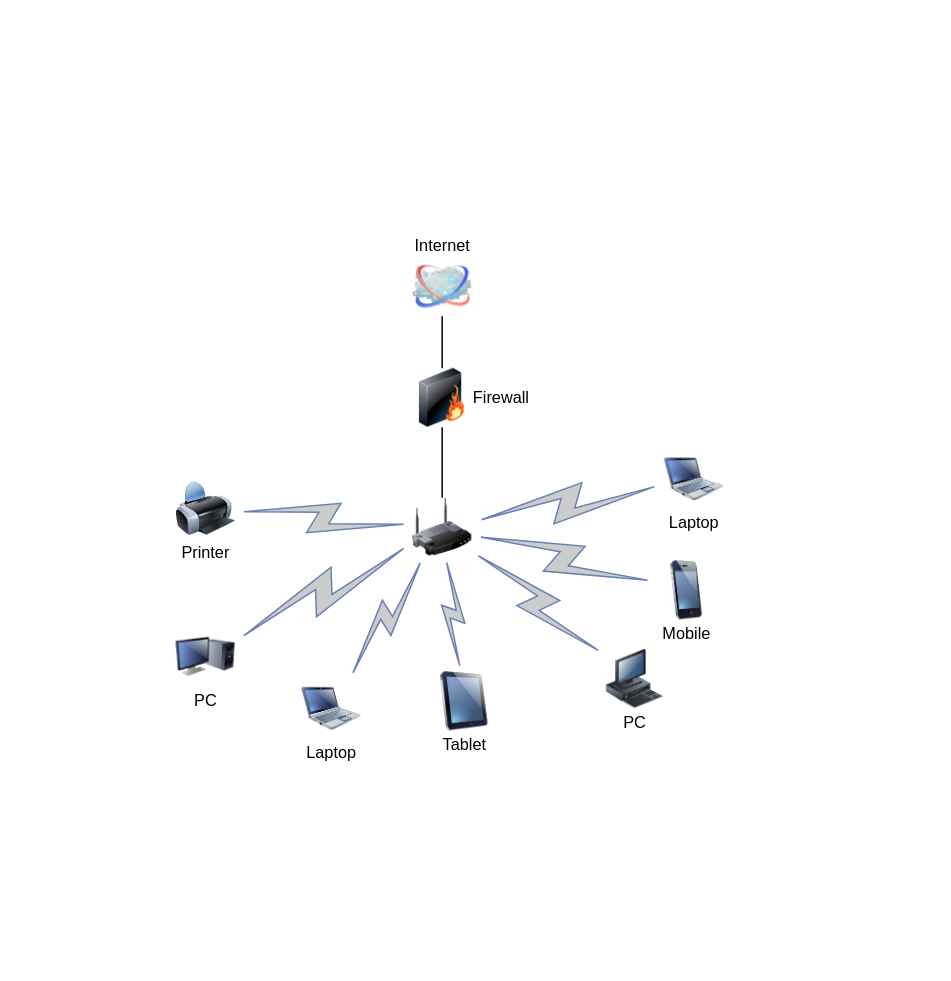
The draw.io diagram SRMS基础设施架构.drawio in newjacket/-, before the edit. Source tidied: cells renumbered, new cells numbered last; positions are measured from the earlier drawing's top-left corner, leaving out a move shared by most shapes. Both pictures are drawn from the tidied source at 74%, with x=0, y=0 at pixel (175, 257).
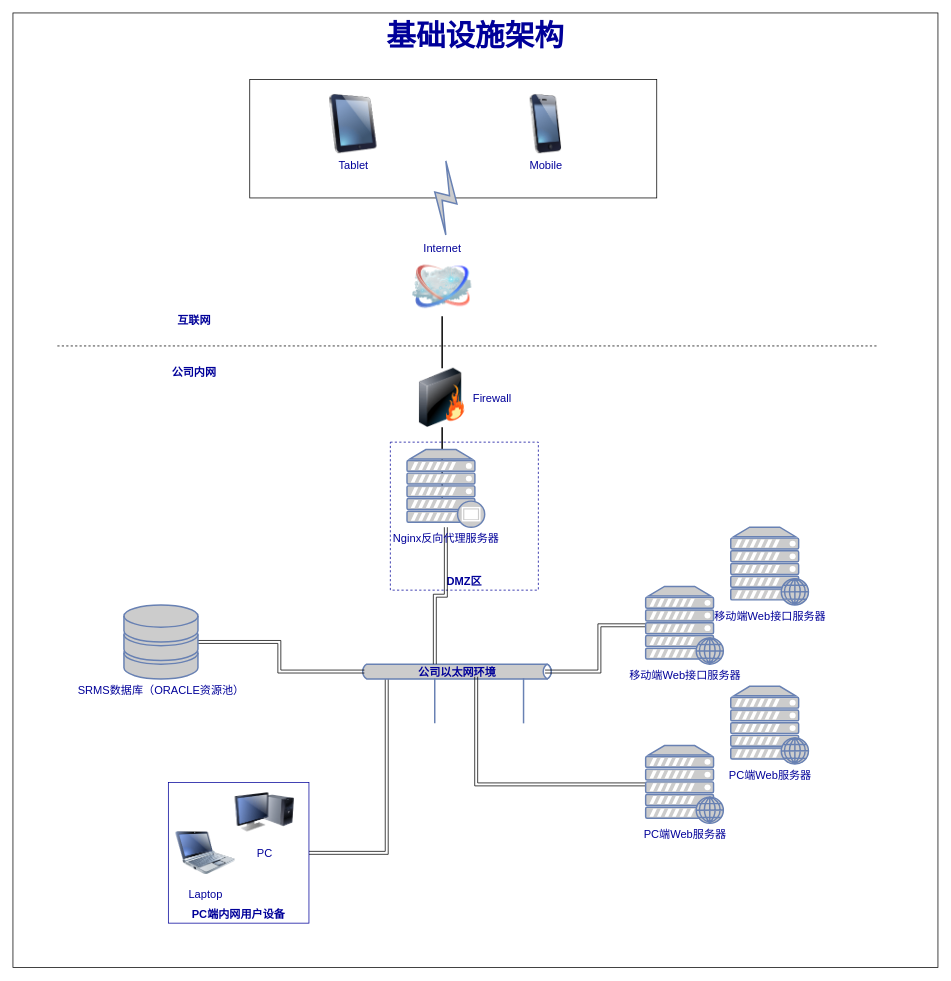
The same diagram, later.

Commit message:
更新SRMS基础设施架构.drawio

Change to the diagram source:
```diff
@@
+    <mxCell id="21" value="基础设施架构" style="rounded=0;whiteSpace=wrap;html=1;fontSize=40;verticalAlign=top;fontColor=#000099;fontStyle=1;" parent="1" vertex="1">
+      <mxGeometry x="-220" y="-330" width="1250" height="1290" as="geometry" />
+    </mxCell>
+    <mxCell id="22" style="edgeStyle=orthogonalEdgeStyle;rounded=0;jettySize=auto;html=1;shape=link;entryX=0.135;entryY=0.85;entryDx=0;entryDy=0;entryPerimeter=0;fontColor=#000099;fontSize=15;" parent="1" edge="1" source="23" target="31">
+      <mxGeometry relative="1" as="geometry" />
+    </mxCell>
+    <mxCell id="23" value="PC端内网用户设备" style="whiteSpace=wrap;html=1;strokeColor=#000099;verticalAlign=bottom;fontStyle=1;fontColor=#000099;fontSize=15;" parent="1" vertex="1">
+      <mxGeometry x="-10" y="710" width="190" height="190" as="geometry" />
+    </mxCell>
+    <mxCell id="24" value="DMZ区" style="whiteSpace=wrap;html=1;dashed=1;strokeColor=#000099;verticalAlign=bottom;fontStyle=1;fontColor=#000099;fontSize=15;" parent="1" vertex="1">
+      <mxGeometry x="290" y="250" width="200" height="200" as="geometry" />
+    </mxCell>
+    <mxCell id="25" style="rounded=0;whiteSpace=wrap;html=1;fontColor=#000099;fontSize=15;" parent="1" vertex="1">
+      <mxGeometry x="100" y="-240" width="550" height="160" as="geometry" />
+    </mxCell>
-    <mxCell id="2" style="edgeStyle=none;rounded=0;html=1;labelBackgroundColor=none;endArrow=none;strokeWidth=2;fontFamily=Verdana;fontSize=22;" parent="1" edge="1" source="3" target="6">
-      <mxGeometry relative="1" as="geometry" />
+    <mxCell id="2" style="edgeStyle=none;rounded=0;html=1;labelBackgroundColor=none;endArrow=none;strokeWidth=2;fontFamily=Verdana;fontSize=15;fontColor=#000099;" parent="1" edge="1" target="6">
+      <mxGeometry relative="1" as="geometry">
+        <mxPoint x="360" y="325" as="sourcePoint" />
+      </mxGeometry>
     </mxCell>
-    <mxCell id="3" style="image;html=1;labelBackgroundColor=#ffffff;image=img/lib/clip_art/networking/Wireless_Router_128x128.png;rounded=1;shadow=0;comic=0;strokeWidth=2;fontSize=22;" parent="1" vertex="1">
-      <mxGeometry x="320" y="325" width="80" height="80" as="geometry" />
-    </mxCell>
-    <mxCell id="4" value="Internet" style="image;html=1;labelBackgroundColor=#ffffff;image=img/lib/clip_art/networking/Cloud_128x128.png;rounded=1;shadow=0;comic=0;strokeWidth=2;fontSize=22;labelPosition=center;verticalLabelPosition=top;align=center;verticalAlign=bottom;" parent="1" vertex="1">
+    <mxCell id="4" value="Internet" style="image;html=1;labelBackgroundColor=#ffffff;image=img/lib/clip_art/networking/Cloud_128x128.png;rounded=1;shadow=0;comic=0;strokeWidth=2;fontSize=15;labelPosition=center;verticalLabelPosition=top;align=center;verticalAlign=bottom;fontColor=#000099;" parent="1" vertex="1">
       <mxGeometry x="320" width="80" height="80" as="geometry" />
     </mxCell>
-    <mxCell id="5" style="edgeStyle=none;rounded=0;html=1;labelBackgroundColor=none;endArrow=none;strokeWidth=2;fontFamily=Verdana;fontSize=22;" parent="1" edge="1" source="6" target="4">
+    <mxCell id="5" style="edgeStyle=none;rounded=0;html=1;labelBackgroundColor=none;endArrow=none;strokeWidth=2;fontFamily=Verdana;fontSize=15;fontColor=#000099;" parent="1" edge="1" source="6" target="4">
       <mxGeometry relative="1" as="geometry" />
     </mxCell>
-    <mxCell id="6" value="Firewall" style="image;html=1;labelBackgroundColor=#ffffff;image=img/lib/clip_art/networking/Firewall_128x128.png;rounded=1;shadow=0;comic=0;strokeWidth=2;fontSize=22;labelPosition=right;verticalLabelPosition=middle;align=left;verticalAlign=middle;" parent="1" vertex="1">
+    <mxCell id="6" value="Firewall" style="image;html=1;labelBackgroundColor=#ffffff;image=img/lib/clip_art/networking/Firewall_128x128.png;rounded=1;shadow=0;comic=0;strokeWidth=2;fontSize=15;labelPosition=right;verticalLabelPosition=middle;align=left;verticalAlign=middle;fontColor=#000099;" parent="1" vertex="1">
       <mxGeometry x="320" y="150" width="80" height="80" as="geometry" />
     </mxCell>
-    <mxCell id="7" value="Tablet" style="image;html=1;labelBackgroundColor=#ffffff;image=img/lib/clip_art/computers/iPad_128x128.png;rounded=1;shadow=0;comic=0;strokeWidth=2;fontSize=22;" parent="1" vertex="1">
-      <mxGeometry x="350" y="560" width="80" height="80" as="geometry" />
+    <mxCell id="7" value="Tablet" style="image;html=1;labelBackgroundColor=#ffffff;image=img/lib/clip_art/computers/iPad_128x128.png;rounded=1;shadow=0;comic=0;strokeWidth=2;fontSize=15;fontColor=#000099;" parent="1" vertex="1">
+      <mxGeometry x="200" y="-220" width="80" height="80" as="geometry" />
     </mxCell>
-    <mxCell id="8" value="PC" style="image;html=1;labelBackgroundColor=#ffffff;image=img/lib/clip_art/computers/Monitor_Tower_128x128.png;rounded=1;shadow=0;comic=0;strokeWidth=2;fontSize=22;" parent="1" vertex="1">
-      <mxGeometry y="500" width="80" height="80" as="geometry" />
+    <mxCell id="8" value="PC" style="image;html=1;labelBackgroundColor=#ffffff;image=img/lib/clip_art/computers/Monitor_Tower_128x128.png;rounded=1;shadow=0;comic=0;strokeWidth=2;fontSize=15;fontColor=#000099;" parent="1" vertex="1">
+      <mxGeometry x="80" y="710" width="80" height="80" as="geometry" />
     </mxCell>
-    <mxCell id="9" value="Printer" style="image;html=1;labelBackgroundColor=#ffffff;image=img/lib/clip_art/computers/Printer_128x128.png;rounded=1;shadow=0;comic=0;strokeWidth=2;fontSize=22;" parent="1" vertex="1">
-      <mxGeometry y="300" width="80" height="80" as="geometry" />
-    </mxCell>
-    <mxCell id="10" value="PC" style="image;html=1;labelBackgroundColor=#ffffff;image=img/lib/clip_art/computers/Workstation_128x128.png;rounded=1;shadow=0;comic=0;strokeWidth=2;fontSize=22;" parent="1" vertex="1">
-      <mxGeometry x="580" y="530" width="80" height="80" as="geometry" />
-    </mxCell>
-    <mxCell id="11" value="Mobile" style="image;html=1;labelBackgroundColor=#ffffff;image=img/lib/clip_art/telecommunication/iPhone_128x128.png;rounded=1;shadow=0;comic=0;strokeWidth=2;fontSize=22;" parent="1" vertex="1">
-      <mxGeometry x="650" y="410" width="80" height="80" as="geometry" />
+    <mxCell id="11" value="Mobile" style="image;html=1;labelBackgroundColor=#ffffff;image=img/lib/clip_art/telecommunication/iPhone_128x128.png;rounded=1;shadow=0;comic=0;strokeWidth=2;fontSize=15;fontColor=#000099;" parent="1" vertex="1">
+      <mxGeometry x="460" y="-220" width="80" height="80" as="geometry" />
     </mxCell>
-    <mxCell id="12" value="Laptop" style="image;html=1;labelBackgroundColor=#ffffff;image=img/lib/clip_art/computers/Netbook_128x128.png;rounded=1;shadow=0;comic=0;strokeColor=#000000;strokeWidth=2;fillColor=#FFFFFF;fontSize=22;fontColor=#000000;" parent="1" vertex="1">
-      <mxGeometry x="660" y="260" width="80" height="80" as="geometry" />
-    </mxCell>
-    <mxCell id="13" value="Laptop" style="image;html=1;labelBackgroundColor=#ffffff;image=img/lib/clip_art/computers/Netbook_128x128.png;rounded=1;shadow=0;comic=0;strokeWidth=2;fontSize=22;" parent="1" vertex="1">
-      <mxGeometry x="170" y="570" width="80" height="80" as="geometry" />
+    <mxCell id="13" value="Laptop" style="image;html=1;labelBackgroundColor=#ffffff;image=img/lib/clip_art/computers/Netbook_128x128.png;rounded=1;shadow=0;comic=0;strokeWidth=2;fontSize=15;fontColor=#000099;" parent="1" vertex="1">
+      <mxGeometry y="765" width="80" height="80" as="geometry" />
     </mxCell>
-    <mxCell id="14" style="html=1;fillColor=#CCCCCC;strokeColor=#6881B3;gradientColor=none;gradientDirection=north;strokeWidth=2;shape=mxgraph.networks.comm_link_edge;html=1;labelBackgroundColor=none;endArrow=none;fontFamily=Verdana;fontSize=22;fontColor=#000000;" parent="1" edge="1" source="9" target="3">
-      <mxGeometry relative="1" as="geometry" />
-    </mxCell>
-    <mxCell id="15" style="html=1;fillColor=#CCCCCC;strokeColor=#6881B3;gradientColor=none;gradientDirection=north;strokeWidth=2;shape=mxgraph.networks.comm_link_edge;html=1;labelBackgroundColor=none;endArrow=none;fontFamily=Verdana;fontSize=22;fontColor=#000000;fontStyle=1;" parent="1" edge="1" source="8" target="3">
-      <mxGeometry relative="1" as="geometry" />
-    </mxCell>
-    <mxCell id="16" style="html=1;fillColor=#CCCCCC;strokeColor=#6881B3;gradientColor=none;gradientDirection=north;strokeWidth=2;shape=mxgraph.networks.comm_link_edge;html=1;labelBackgroundColor=none;endArrow=none;fontFamily=Verdana;fontSize=22;fontColor=#000000;" parent="1" edge="1" source="13" target="3">
-      <mxGeometry relative="1" as="geometry" />
-    </mxCell>
-    <mxCell id="17" style="html=1;fillColor=#CCCCCC;strokeColor=#6881B3;gradientColor=none;gradientDirection=north;strokeWidth=2;shape=mxgraph.networks.comm_link_edge;html=1;labelBackgroundColor=none;endArrow=none;fontFamily=Verdana;fontSize=22;fontColor=#000000;" parent="1" edge="1" source="7" target="3">
-      <mxGeometry relative="1" as="geometry" />
-    </mxCell>
-    <mxCell id="18" style="html=1;fillColor=#CCCCCC;strokeColor=#6881B3;gradientColor=none;gradientDirection=north;strokeWidth=2;shape=mxgraph.networks.comm_link_edge;html=1;labelBackgroundColor=none;endArrow=none;fontFamily=Verdana;fontSize=22;fontColor=#000000;" parent="1" edge="1" source="10" target="3">
-      <mxGeometry relative="1" as="geometry" />
-    </mxCell>
-    <mxCell id="19" style="html=1;fillColor=#CCCCCC;strokeColor=#6881B3;gradientColor=none;gradientDirection=north;strokeWidth=2;shape=mxgraph.networks.comm_link_edge;html=1;labelBackgroundColor=none;endArrow=none;fontFamily=Verdana;fontSize=22;fontColor=#000000;" parent="1" edge="1" source="11" target="3">
-      <mxGeometry relative="1" as="geometry" />
-    </mxCell>
-    <mxCell id="20" style="html=1;fillColor=#CCCCCC;strokeColor=#6881B3;gradientColor=none;gradientDirection=north;strokeWidth=2;shape=mxgraph.networks.comm_link_edge;html=1;labelBackgroundColor=none;endArrow=none;fontFamily=Verdana;fontSize=22;fontColor=#000000;" parent="1" edge="1" source="12" target="3">
-      <mxGeometry relative="1" as="geometry" />
-    </mxCell>
+    <mxCell id="26" style="fontColor=#000099;verticalAlign=top;verticalLabelPosition=bottom;labelPosition=center;align=center;html=1;fillColor=#CCCCCC;strokeColor=#6881B3;gradientColor=none;gradientDirection=north;strokeWidth=2;shape=mxgraph.networks.comm_link;fontSize=15;" parent="1" vertex="1">
+      <mxGeometry x="350" y="-130" width="30" height="100" as="geometry" />
+    </mxCell>
+    <mxCell id="27" style="endArrow=none;dashed=1;html=1;rounded=0;fontColor=#000099;fontSize=15;" parent="1" edge="1">
+      <mxGeometry relative="1" as="geometry">
+        <mxPoint x="-160" y="120" as="sourcePoint" />
+        <mxPoint x="950" y="120" as="targetPoint" />
+      </mxGeometry>
+    </mxCell>
+    <mxCell id="28" value="互联网" style="text;html=1;strokeColor=none;fillColor=none;align=center;verticalAlign=middle;whiteSpace=wrap;rounded=0;fontSize=15;fontColor=#000099;fontStyle=1;" parent="1" vertex="1">
+      <mxGeometry x="-20" y="70" width="90" height="30" as="geometry" />
+    </mxCell>
+    <mxCell id="29" value="公司内网" style="text;html=1;strokeColor=none;fillColor=none;align=center;verticalAlign=middle;whiteSpace=wrap;rounded=0;fontSize=15;fontColor=#000099;fontStyle=1;" parent="1" vertex="1">
+      <mxGeometry x="-20" y="140" width="90" height="30" as="geometry" />
+    </mxCell>
+    <mxCell id="30" style="group;fontColor=#000099;fontSize=15;" parent="1" vertex="1">
+      <mxGeometry x="250" y="490" width="260" height="140" as="geometry" />
+    </mxCell>
+    <mxCell id="31" value="&lt;b style=&quot;font-size: 15px;&quot;&gt;&lt;font style=&quot;font-size: 15px;&quot;&gt;公司以太网环境&lt;/font&gt;&lt;/b&gt;" style="html=1;fillColor=#CCCCCC;strokeColor=#6881B3;gradientColor=none;gradientDirection=north;strokeWidth=2;shape=mxgraph.networks.bus;gradientColor=none;gradientDirection=north;fontColor=#000099;perimeter=backbonePerimeter;backboneSize=20;fontSize=15;" parent="30" vertex="1">
+      <mxGeometry y="60" width="260" height="20" as="geometry" />
+    </mxCell>
+    <mxCell id="32" style="strokeColor=#6881B3;edgeStyle=none;rounded=0;endArrow=none;html=1;strokeWidth=2;fontColor=#000099;fontSize=15;" parent="30" edge="1" target="31">
+      <mxGeometry relative="1" as="geometry">
+        <mxPoint x="100" y="140" as="sourcePoint" />
+      </mxGeometry>
+    </mxCell>
+    <mxCell id="33" style="strokeColor=#6881B3;edgeStyle=none;rounded=0;endArrow=none;html=1;strokeWidth=2;fontColor=#000099;fontSize=15;" parent="30" edge="1" target="31">
+      <mxGeometry relative="1" as="geometry">
+        <mxPoint x="220" y="140" as="sourcePoint" />
+      </mxGeometry>
+    </mxCell>
+    <mxCell id="34" style="edgeStyle=orthogonalEdgeStyle;rounded=0;jettySize=auto;html=1;shape=link;entryX=0.019;entryY=0.5;entryDx=0;entryDy=0;entryPerimeter=0;fontColor=#000099;fontSize=15;" parent="1" edge="1" source="35" target="31">
+      <mxGeometry relative="1" as="geometry" />
+    </mxCell>
+    <mxCell id="35" value="SRMS数据库（ORACLE资源池）" style="fontColor=#000099;verticalAlign=top;verticalLabelPosition=bottom;labelPosition=center;align=center;html=1;outlineConnect=0;fillColor=#CCCCCC;strokeColor=#6881B3;gradientColor=none;gradientDirection=north;strokeWidth=2;shape=mxgraph.networks.storage;fontSize=15;" parent="1" vertex="1">
+      <mxGeometry x="-70" y="470" width="100" height="100" as="geometry" />
+    </mxCell>
+    <mxCell id="36" style="edgeStyle=orthogonalEdgeStyle;rounded=0;jettySize=auto;html=1;shape=link;entryX=0.385;entryY=0;entryDx=0;entryDy=0;entryPerimeter=0;fontColor=#000099;fontSize=15;" parent="1" edge="1" source="37" target="31">
+      <mxGeometry relative="1" as="geometry" />
+    </mxCell>
+    <mxCell id="37" value="Nginx反向代理服务器" style="fontColor=#000099;verticalAlign=top;verticalLabelPosition=bottom;labelPosition=center;align=center;html=1;outlineConnect=0;fillColor=#CCCCCC;strokeColor=#6881B3;gradientColor=none;gradientDirection=north;strokeWidth=2;shape=mxgraph.networks.proxy_server;fontSize=15;" parent="1" vertex="1">
+      <mxGeometry x="312.5" y="260" width="105" height="105" as="geometry" />
+    </mxCell>
+    <mxCell id="38" style="edgeStyle=orthogonalEdgeStyle;rounded=0;jettySize=auto;html=1;shape=link;entryX=0.958;entryY=0.5;entryDx=0;entryDy=0;entryPerimeter=0;fontColor=#000099;fontSize=15;" parent="1" edge="1" source="39" target="31">
+      <mxGeometry relative="1" as="geometry" />
+    </mxCell>
+    <mxCell id="39" value="移动端Web接口服务器" style="fontColor=#000099;verticalAlign=top;verticalLabelPosition=bottom;labelPosition=center;align=center;html=1;outlineConnect=0;fillColor=#CCCCCC;strokeColor=#6881B3;gradientColor=none;gradientDirection=north;strokeWidth=2;shape=mxgraph.networks.web_server;fontSize=15;" parent="1" vertex="1">
+      <mxGeometry x="635" y="445" width="105" height="105" as="geometry" />
+    </mxCell>
+    <mxCell id="40" style="edgeStyle=orthogonalEdgeStyle;rounded=0;jettySize=auto;html=1;entryX=0.6;entryY=0.85;entryDx=0;entryDy=0;entryPerimeter=0;shape=link;fontColor=#000099;fontSize=15;" parent="1" edge="1" source="41" target="31">
+      <mxGeometry relative="1" as="geometry" />
+    </mxCell>
+    <mxCell id="41" value="PC端Web服务器" style="fontColor=#000099;verticalAlign=top;verticalLabelPosition=bottom;labelPosition=center;align=center;html=1;outlineConnect=0;fillColor=#CCCCCC;strokeColor=#6881B3;gradientColor=none;gradientDirection=north;strokeWidth=2;shape=mxgraph.networks.web_server;fontSize=15;" parent="1" vertex="1">
+      <mxGeometry x="635" y="660" width="105" height="105" as="geometry" />
+    </mxCell>
+    <mxCell id="42" value="移动端Web接口服务器" style="fontColor=#000099;verticalAlign=top;verticalLabelPosition=bottom;labelPosition=center;align=center;html=1;fillColor=#CCCCCC;strokeColor=#6881B3;gradientColor=none;gradientDirection=north;strokeWidth=2;shape=mxgraph.networks.web_server;fontSize=15;" parent="1" vertex="1">
+      <mxGeometry x="750" y="365" width="105" height="105" as="geometry" />
+    </mxCell>
+    <mxCell id="43" value="PC端Web服务器" style="fontColor=#000099;verticalAlign=top;verticalLabelPosition=bottom;labelPosition=center;align=center;html=1;fillColor=#CCCCCC;strokeColor=#6881B3;gradientColor=none;gradientDirection=north;strokeWidth=2;shape=mxgraph.networks.web_server;fontSize=15;" parent="1" vertex="1">
+      <mxGeometry x="750" y="580" width="105" height="105" as="geometry" />
+    </mxCell>
```
